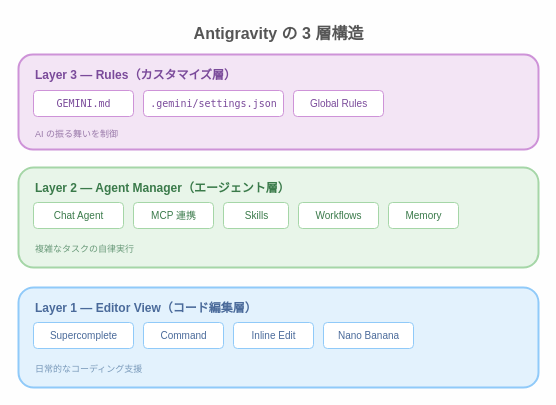
Above: zenn-book/figures/fig-11-antigravity-layers.drawio in kozyszoo/antigravity-handson (draw.io), before the change. Source tidied: cells renumbered, new cells numbered last; positions are measured from the earlier drawing's top-left corner, leaving out a move shared by most shapes. Both pictures are drawn from the tidied source at 100%, with x=0, y=0 at pixel (18, 17).
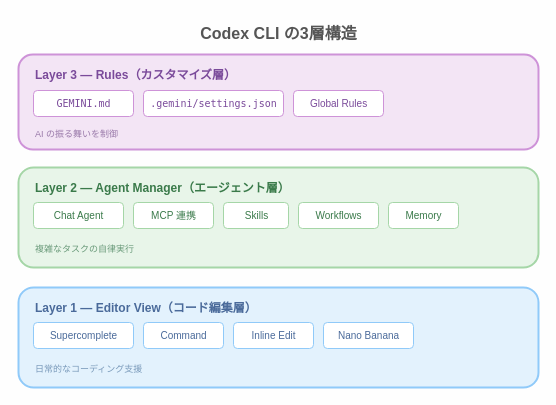
The same diagram, later.

The edit, as a diff of the source:
```diff
@@
-    <mxCell id="2" value="Antigravity の 3 層構造" style="text;html=1;fillColor=none;strokeColor=none;align=center;fontColor=#555;fontSize=16;fontStyle=1;" parent="1" vertex="1">
+    <mxCell id="2" value="Codex CLI の3層構造" style="text;html=1;fillColor=none;strokeColor=none;align=center;fontColor=#555;fontSize=16;fontStyle=1;" parent="1" vertex="1">
       <mxGeometry x="110" width="300" height="28" as="geometry" />
     </mxCell>
```
